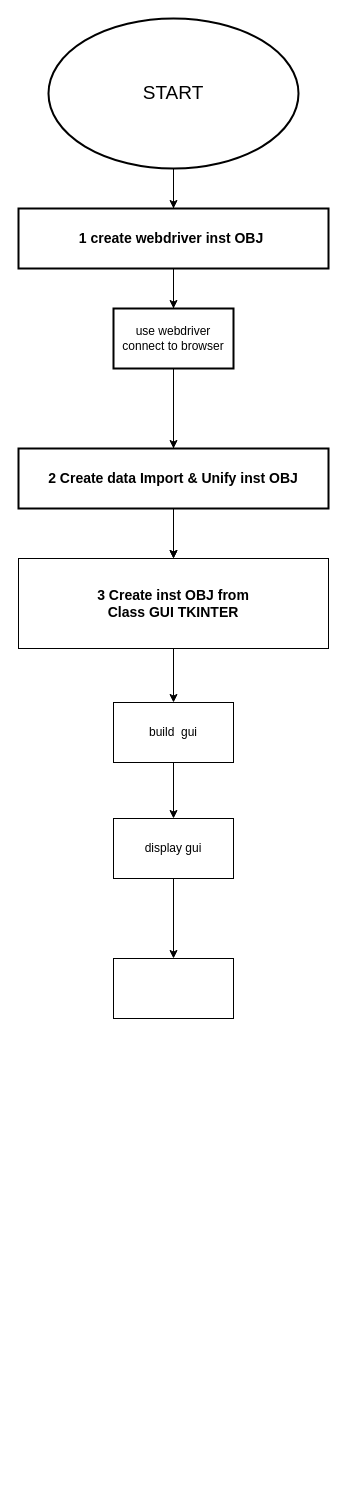
Before: projects/auto_sn/flowchart.drawio in iHaveNoKnowledge/Python, a draw.io diagram. Source tidied: cells renumbered, new cells numbered last; positions are measured from the earlier drawing's top-left corner, leaving out a move shared by most shapes. Both pictures are drawn from the tidied source at 100%, with x=0, y=0 at pixel (18, 18).
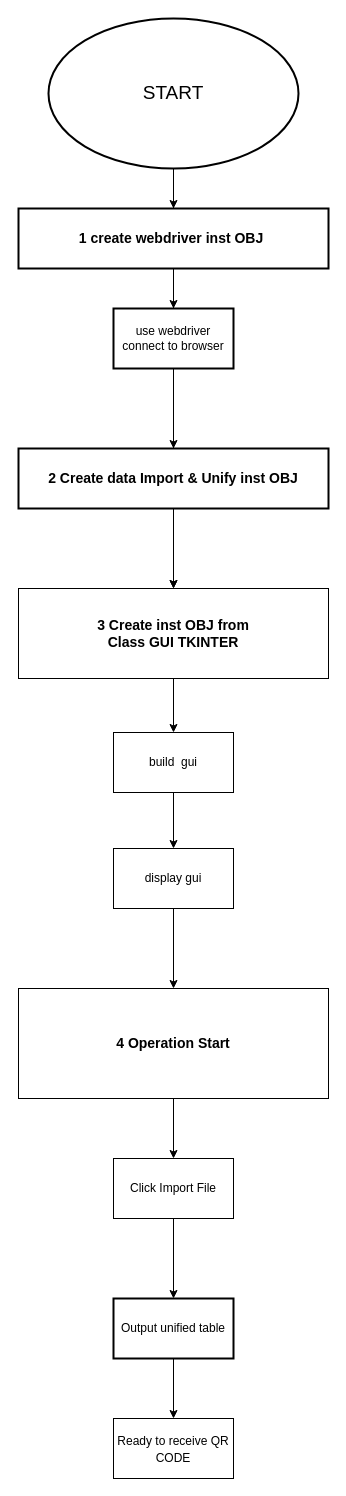
The same diagram, later.

Unchanged cells that the change refers to:
```xml
<mxCell id="17" value="&lt;font style=&quot;font-size: 14px;&quot;&gt;&lt;b&gt;2 Create data Import &amp;amp; Unify inst OBJ&lt;/b&gt;&lt;/font&gt;" style="whiteSpace=wrap;html=1;strokeWidth=2;" parent="1" vertex="1">
  <mxGeometry y="430" width="310" height="60" as="geometry" />
</mxCell>
```

Diff of the diagram source:
```diff
@@
     <mxCell id="6" value="&lt;font style=&quot;font-size: 14px;&quot;&gt;&lt;b&gt;3 Create inst OBJ from&lt;br&gt;Class GUI TKINTER&lt;/b&gt;&lt;/font&gt;" style="rounded=0;whiteSpace=wrap;html=1;" parent="1" vertex="1">
-      <mxGeometry y="540" width="310" height="90" as="geometry" />
+      <mxGeometry y="570" width="310" height="90" as="geometry" />
     </mxCell>
@@
     <mxCell id="8" value="build&amp;nbsp; gui" style="whiteSpace=wrap;html=1;rounded=0;" parent="1" vertex="1">
-      <mxGeometry x="95" y="684" width="120" height="60" as="geometry" />
+      <mxGeometry x="95" y="714" width="120" height="60" as="geometry" />
     </mxCell>
@@
     <mxCell id="10" value="display gui" style="whiteSpace=wrap;html=1;rounded=0;" parent="1" vertex="1">
-      <mxGeometry x="95" y="800" width="120" height="60" as="geometry" />
+      <mxGeometry x="95" y="830" width="120" height="60" as="geometry" />
     </mxCell>
+    <mxCell id="18" style="edgeStyle=none;html=1;strokeColor=#000000;fontSize=14;" parent="1" edge="1" source="11" target="22">
+      <mxGeometry relative="1" as="geometry" />
+    </mxCell>
-    <mxCell id="11" style="whiteSpace=wrap;html=1;rounded=0;" parent="1" vertex="1">
-      <mxGeometry x="95" y="940" width="120" height="60" as="geometry" />
+    <mxCell id="11" value="&lt;font style=&quot;font-size: 14px;&quot;&gt;&lt;b&gt;4 Operation Start&lt;/b&gt;&lt;/font&gt;" style="whiteSpace=wrap;html=1;rounded=0;" parent="1" vertex="1">
+      <mxGeometry y="970" width="310" height="110" as="geometry" />
     </mxCell>
@@
-    <mxCell id="16" style="edgeStyle=none;html=1;strokeColor=#000000;fontSize=14;entryX=0.5;entryY=0;entryDx=0;entryDy=0;" parent="1" edge="1" source="17" target="6">
+    <mxCell id="16" style="edgeStyle=none;html=1;strokeColor=#000000;fontSize=14;" parent="1" edge="1" source="17" target="6">
       <mxGeometry relative="1" as="geometry" />
     </mxCell>
@@
+    <mxCell id="19" style="edgeStyle=none;html=1;strokeColor=#000000;fontSize=14;" parent="1" edge="1" source="20" target="23">
+      <mxGeometry relative="1" as="geometry" />
+    </mxCell>
+    <mxCell id="20" value="Output unified table" style="whiteSpace=wrap;html=1;strokeWidth=2;" parent="1" vertex="1">
+      <mxGeometry x="95" y="1280" width="120" height="60" as="geometry" />
+    </mxCell>
+    <mxCell id="21" style="edgeStyle=none;html=1;strokeColor=#000000;fontSize=14;" parent="1" edge="1" source="22" target="20">
+      <mxGeometry relative="1" as="geometry" />
+    </mxCell>
+    <mxCell id="22" value="Click Import File" style="whiteSpace=wrap;html=1;rounded=0;" parent="1" vertex="1">
+      <mxGeometry x="95" y="1140" width="120" height="60" as="geometry" />
+    </mxCell>
+    <mxCell id="23" value="&lt;font style=&quot;font-size: 12px;&quot;&gt;Ready to receive QR CODE&lt;/font&gt;" style="rounded=0;whiteSpace=wrap;html=1;fontSize=14;" parent="1" vertex="1">
+      <mxGeometry x="95" y="1400" width="120" height="60" as="geometry" />
+    </mxCell>
```
